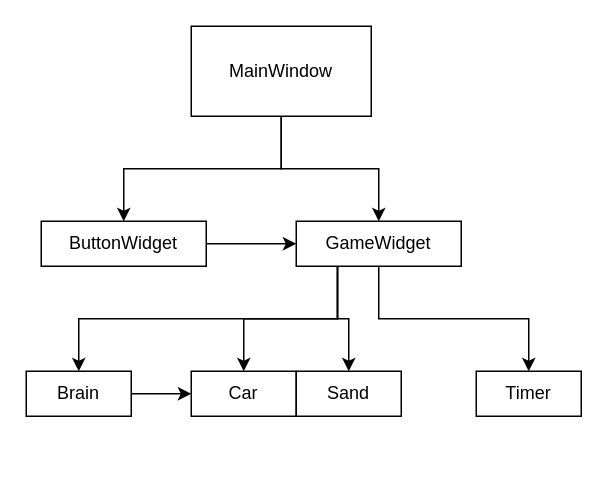
Above: dependency_graph.drawio in ryanchurchill/self_driving_car_python (draw.io), before the change. Source tidied: cells renumbered, new cells numbered last; positions are measured from the earlier drawing's top-left corner, leaving out a move shared by most shapes. Both pictures are drawn from the tidied source at 150%, with x=0, y=0 at pixel (26, 26).
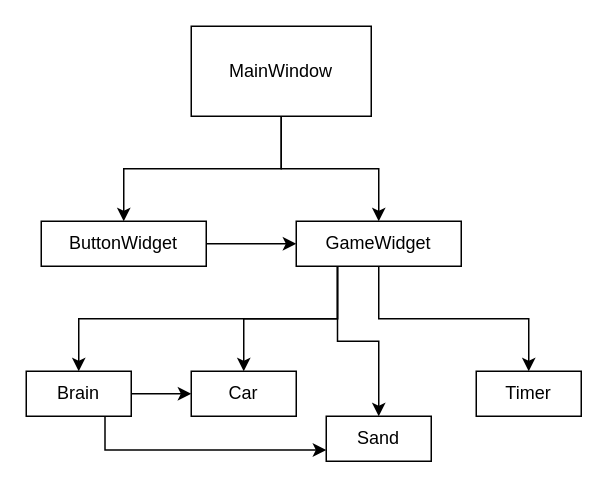
The same page after the edit.

Change to the diagram source:
```diff
@@
 <mxGraphModel>
   <root>
     <mxCell id="0" />
     <mxCell id="1" parent="0" />
     <mxCell id="2" style="edgeStyle=orthogonalEdgeStyle;rounded=0;jettySize=auto;html=1;exitX=0.5;exitY=1;exitDx=0;exitDy=0;entryX=0.5;entryY=0;entryDx=0;entryDy=0;" parent="1" edge="1" source="4" target="8">
       <mxGeometry relative="1" as="geometry" />
     </mxCell>
     <mxCell id="3" style="edgeStyle=orthogonalEdgeStyle;rounded=0;jettySize=auto;html=1;exitX=0.5;exitY=1;exitDx=0;exitDy=0;entryX=0.5;entryY=0;entryDx=0;entryDy=0;" parent="1" edge="1" source="4" target="13">
       <mxGeometry relative="1" as="geometry" />
     </mxCell>
     <mxCell id="4" value="MainWindow" style="rounded=0;whiteSpace=wrap;html=1;" parent="1" vertex="1">
       <mxGeometry x="110" width="120" height="60" as="geometry" />
     </mxCell>
     <mxCell id="5" value="Car" style="rounded=0;whiteSpace=wrap;html=1;" parent="1" vertex="1">
       <mxGeometry x="110" y="230" width="70" height="30" as="geometry" />
     </mxCell>
     <mxCell id="6" value="Sand" style="rounded=0;whiteSpace=wrap;html=1;" parent="1" vertex="1">
-      <mxGeometry x="180" y="230" width="70" height="30" as="geometry" />
+      <mxGeometry x="200" y="260" width="70" height="30" as="geometry" />
     </mxCell>
     <mxCell id="7" style="edgeStyle=orthogonalEdgeStyle;rounded=0;jettySize=auto;html=1;" parent="1" edge="1" source="8" target="13">
       <mxGeometry relative="1" as="geometry" />
     </mxCell>
     <mxCell id="8" value="ButtonWidget" style="rounded=0;whiteSpace=wrap;html=1;" parent="1" vertex="1">
       <mxGeometry x="10" y="130" width="110" height="30" as="geometry" />
     </mxCell>
     <mxCell id="9" style="edgeStyle=orthogonalEdgeStyle;rounded=0;jettySize=auto;html=1;exitX=0.25;exitY=1;exitDx=0;exitDy=0;" parent="1" edge="1" source="13" target="5">
       <mxGeometry relative="1" as="geometry" />
     </mxCell>
     <mxCell id="10" style="edgeStyle=orthogonalEdgeStyle;rounded=0;jettySize=auto;html=1;exitX=0.25;exitY=1;exitDx=0;exitDy=0;entryX=0.5;entryY=0;entryDx=0;entryDy=0;" parent="1" edge="1" source="13" target="6">
       <mxGeometry relative="1" as="geometry" />
     </mxCell>
     <mxCell id="11" style="edgeStyle=orthogonalEdgeStyle;rounded=0;jettySize=auto;html=1;exitX=0.5;exitY=1;exitDx=0;exitDy=0;entryX=0.5;entryY=0;entryDx=0;entryDy=0;" parent="1" edge="1" source="13" target="14">
       <mxGeometry relative="1" as="geometry" />
     </mxCell>
     <mxCell id="12" style="edgeStyle=orthogonalEdgeStyle;rounded=0;jettySize=auto;html=1;exitX=0.25;exitY=1;exitDx=0;exitDy=0;entryX=0.5;entryY=0;entryDx=0;entryDy=0;" parent="1" edge="1" source="13" target="16">
       <mxGeometry relative="1" as="geometry" />
     </mxCell>
     <mxCell id="13" value="GameWidget" style="rounded=0;whiteSpace=wrap;html=1;" parent="1" vertex="1">
       <mxGeometry x="180" y="130" width="110" height="30" as="geometry" />
     </mxCell>
     <mxCell id="14" value="Timer" style="rounded=0;whiteSpace=wrap;html=1;" parent="1" vertex="1">
       <mxGeometry x="300" y="230" width="70" height="30" as="geometry" />
     </mxCell>
     <mxCell id="15" style="edgeStyle=orthogonalEdgeStyle;rounded=0;jettySize=auto;html=1;exitX=1;exitY=0.5;exitDx=0;exitDy=0;entryX=0;entryY=0.5;entryDx=0;entryDy=0;" parent="1" edge="1" source="16" target="5">
       <mxGeometry relative="1" as="geometry" />
     </mxCell>
+    <mxCell id="17" style="edgeStyle=orthogonalEdgeStyle;rounded=0;jettySize=auto;html=1;exitX=0.75;exitY=1;exitDx=0;exitDy=0;entryX=0;entryY=0.75;entryDx=0;entryDy=0;" parent="1" edge="1" source="16" target="6">
+      <mxGeometry relative="1" as="geometry" />
+    </mxCell>
     <mxCell id="16" value="Brain" style="rounded=0;whiteSpace=wrap;html=1;" parent="1" vertex="1">
       <mxGeometry y="230" width="70" height="30" as="geometry" />
     </mxCell>
   </root>
 </mxGraphModel>
```
